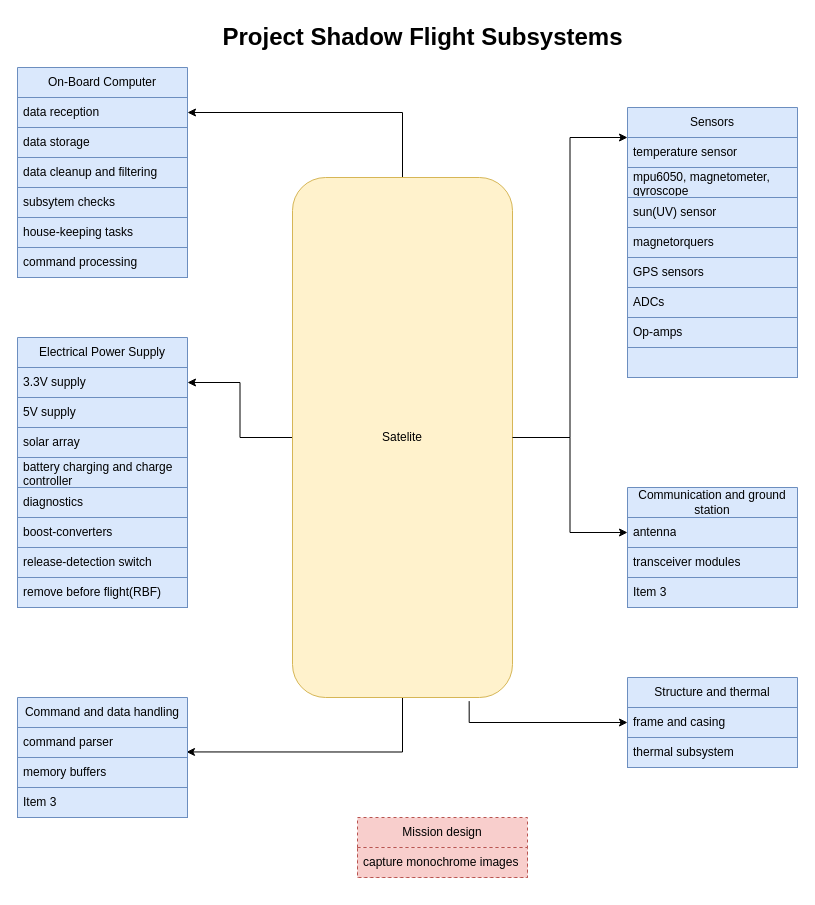
Before: user-docs/sub-systems-structure.drawio in bytecod3/Project-Shadow-Flight, a draw.io diagram. Source tidied: cells renumbered, new cells numbered last; positions are measured from the earlier drawing's top-left corner, leaving out a move shared by most shapes. Both pictures are drawn from the tidied source at 100%, with x=0, y=0 at pixel (17, 17).
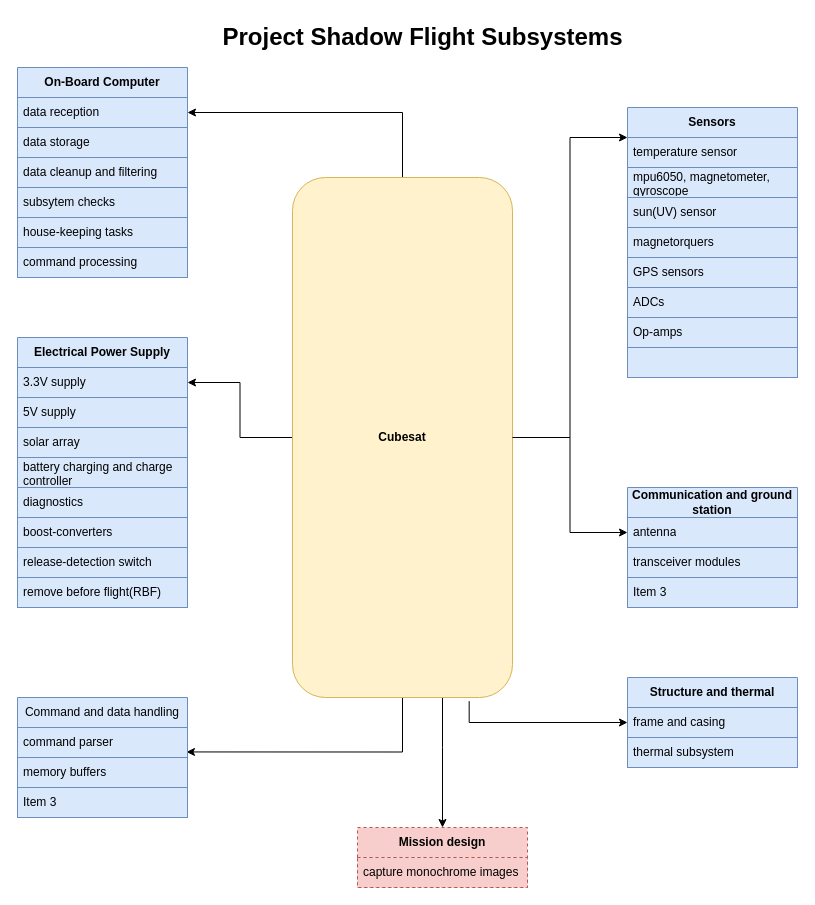
After the change.

The edit, as a diff of the source:
```diff
@@
-    <mxCell id="17" value="On-Board Computer" style="swimlane;fontStyle=0;horizontal=1;startSize=30;whiteSpace=wrap;html=1;fillColor=#dae8fc;strokeColor=#6c8ebf;" parent="1" vertex="1">
+    <mxCell id="17" value="&lt;b&gt;On-Board Computer&lt;/b&gt;" style="swimlane;fontStyle=0;horizontal=1;startSize=30;whiteSpace=wrap;html=1;fillColor=#dae8fc;strokeColor=#6c8ebf;" parent="1" vertex="1">
       <mxGeometry y="50" width="170" height="120" as="geometry" />
     </mxCell>
@@
+    <mxCell id="62" style="edgeStyle=orthogonalEdgeStyle;rounded=0;jettySize=auto;html=1;entryX=0.5;entryY=0;entryDx=0;entryDy=0;" parent="1" edge="1" source="25" target="45">
+      <mxGeometry relative="1" as="geometry">
+        <Array as="points">
+          <mxPoint x="425" y="730" />
+          <mxPoint x="425" y="730" />
+        </Array>
+      </mxGeometry>
+    </mxCell>
-    <mxCell id="25" value="Satelite" style="rounded=1;whiteSpace=wrap;html=1;fillColor=#fff2cc;strokeColor=#d6b656;" parent="1" vertex="1">
+    <mxCell id="25" value="&lt;b&gt;Cubesat&lt;/b&gt;" style="rounded=1;whiteSpace=wrap;html=1;fillColor=#fff2cc;strokeColor=#d6b656;" parent="1" vertex="1">
       <mxGeometry x="275" y="160" width="220" height="520" as="geometry" />
     </mxCell>
-    <mxCell id="26" value="Electrical Power Supply" style="swimlane;fontStyle=0;horizontal=1;startSize=30;whiteSpace=wrap;html=1;fillColor=#dae8fc;strokeColor=#6c8ebf;" parent="1" vertex="1">
+    <mxCell id="26" value="&lt;b&gt;Electrical Power Supply&lt;/b&gt;" style="swimlane;fontStyle=0;horizontal=1;startSize=30;whiteSpace=wrap;html=1;fillColor=#dae8fc;strokeColor=#6c8ebf;" parent="1" vertex="1">
       <mxGeometry y="320" width="170" height="120" as="geometry" />
     </mxCell>
@@
-    <mxCell id="34" value="Sensors" style="swimlane;fontStyle=0;horizontal=1;startSize=30;whiteSpace=wrap;html=1;fillColor=#dae8fc;strokeColor=#6c8ebf;" parent="1" vertex="1">
+    <mxCell id="34" value="&lt;b&gt;Sensors&lt;/b&gt;" style="swimlane;fontStyle=0;horizontal=1;startSize=30;whiteSpace=wrap;html=1;fillColor=#dae8fc;strokeColor=#6c8ebf;" parent="1" vertex="1">
       <mxGeometry x="610" y="90" width="170" height="120" as="geometry" />
     </mxCell>
@@
-    <mxCell id="38" value="Communication and ground station" style="swimlane;fontStyle=0;horizontal=1;startSize=30;whiteSpace=wrap;html=1;fillColor=#dae8fc;strokeColor=#6c8ebf;" parent="1" vertex="1">
+    <mxCell id="38" value="&lt;b&gt;Communication and ground station&lt;/b&gt;" style="swimlane;fontStyle=0;horizontal=1;startSize=30;whiteSpace=wrap;html=1;fillColor=#dae8fc;strokeColor=#6c8ebf;" parent="1" vertex="1">
       <mxGeometry x="610" y="470" width="170" height="120" as="geometry" />
     </mxCell>
@@
-    <mxCell id="42" value="Structure and thermal" style="swimlane;fontStyle=0;horizontal=1;startSize=30;whiteSpace=wrap;html=1;fillColor=#dae8fc;strokeColor=#6c8ebf;" parent="1" vertex="1">
+    <mxCell id="42" value="&lt;b&gt;Structure and thermal&lt;/b&gt;" style="swimlane;fontStyle=0;horizontal=1;startSize=30;whiteSpace=wrap;html=1;fillColor=#dae8fc;strokeColor=#6c8ebf;" parent="1" vertex="1">
       <mxGeometry x="610" y="660" width="170" height="90" as="geometry" />
     </mxCell>
@@
-    <mxCell id="45" value="Mission design" style="swimlane;fontStyle=0;horizontal=1;startSize=30;whiteSpace=wrap;html=1;dashed=1;fillColor=#f8cecc;strokeColor=#b85450;" parent="1" vertex="1">
-      <mxGeometry x="340" y="800" width="170" height="60" as="geometry" />
+    <mxCell id="45" value="&lt;b&gt;Mission design&lt;/b&gt;" style="swimlane;fontStyle=0;horizontal=1;startSize=30;whiteSpace=wrap;html=1;dashed=1;fillColor=#f8cecc;strokeColor=#b85450;" parent="1" vertex="1">
+      <mxGeometry x="340" y="810" width="170" height="60" as="geometry" />
     </mxCell>
```
